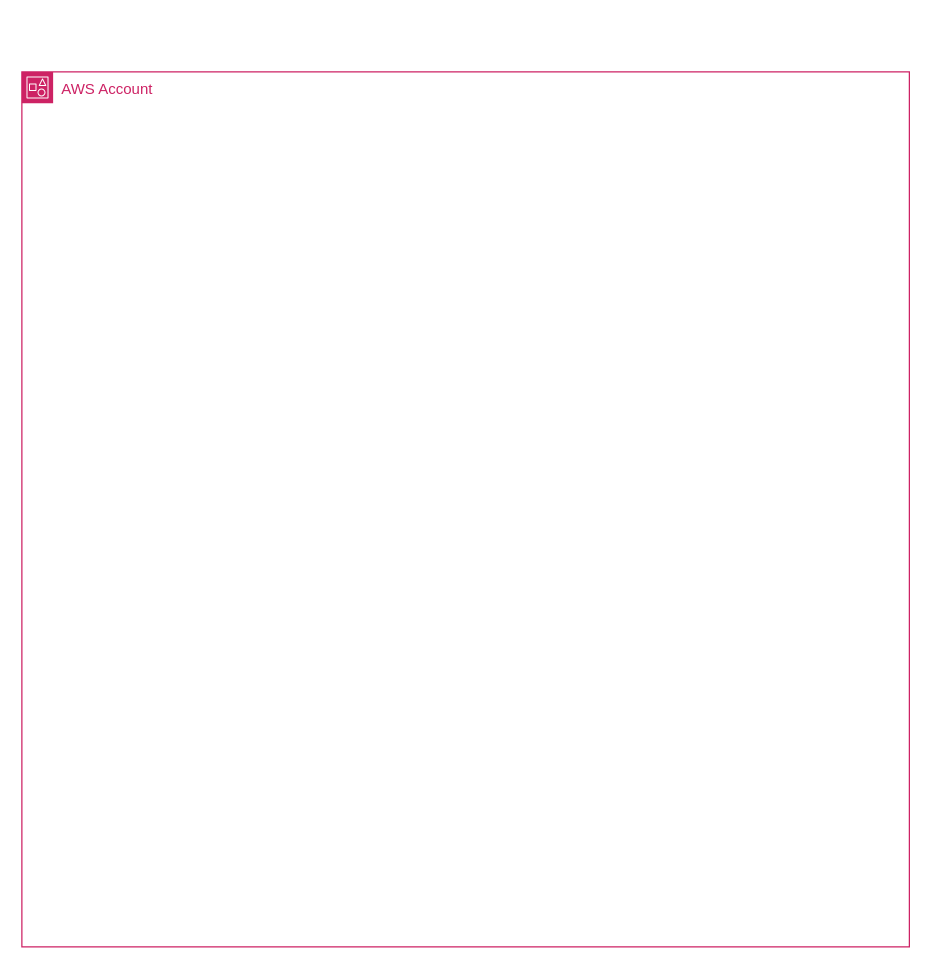
The draw.io diagram Untitled Diagram.drawio in smrutiranjan7674/aws-infra, before the edit. Source tidied: cells renumbered, new cells numbered last; positions are measured from the earlier drawing's top-left corner, leaving out a move shared by most shapes. Both pictures are drawn from the tidied source at 125%, with x=0, y=0 at pixel (21, 71).
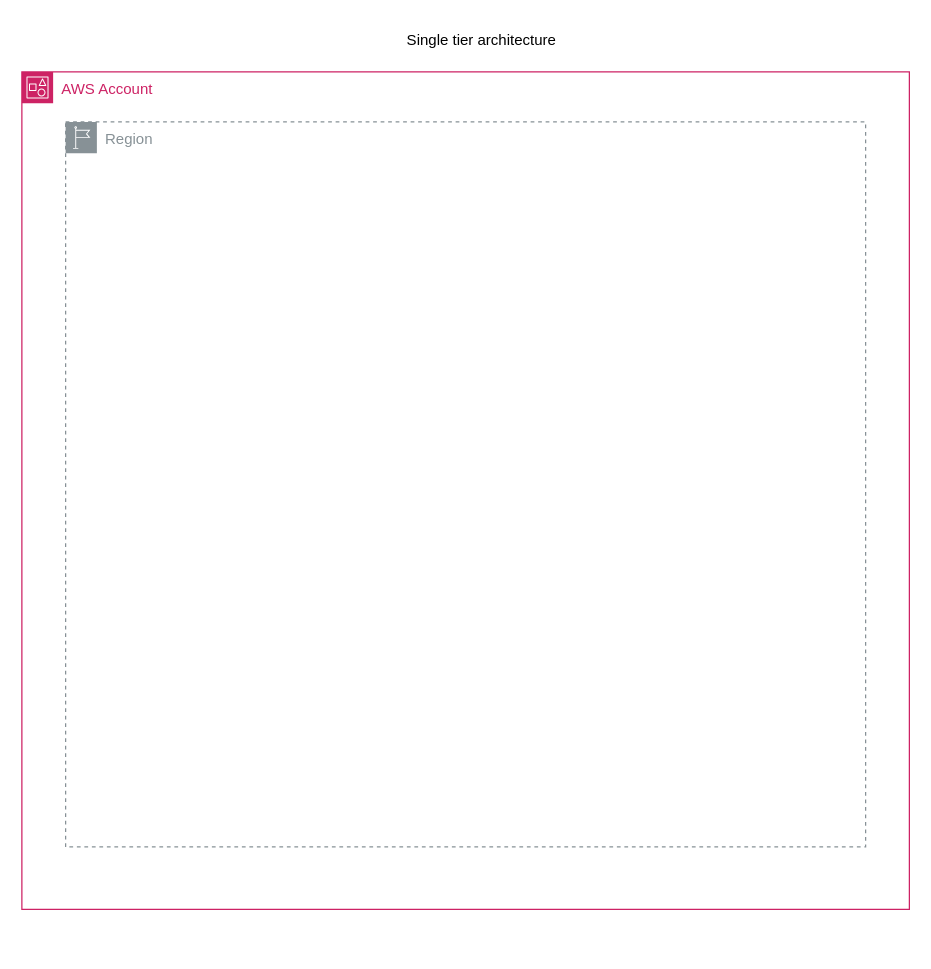
The same diagram, later.

What changed in the source:
```diff
@@
 <mxGraphModel>
   <root>
     <mxCell id="0" />
     <mxCell id="1" parent="0" />
     <mxCell id="2" value="AWS Account" style="gradientColor=none;html=1;whiteSpace=wrap;fontSize=12;fontStyle=0;shape=mxgraph.aws4.group;grIcon=mxgraph.aws4.group_account;strokeColor=#CD2264;fillColor=none;verticalAlign=top;align=left;spacingLeft=30;fontColor=#CD2264;dashed=0;" parent="1" vertex="1">
-      <mxGeometry width="710" height="700" as="geometry" />
+      <mxGeometry width="710" height="670" as="geometry" />
     </mxCell>
+    <mxCell id="3" value="Region" style="sketch=0;gradientColor=none;html=1;whiteSpace=wrap;fontSize=12;fontStyle=0;shape=mxgraph.aws4.group;grIcon=mxgraph.aws4.group_region;strokeColor=#879196;fillColor=none;verticalAlign=top;align=left;spacingLeft=30;fontColor=#879196;dashed=1;" parent="2" vertex="1">
+      <mxGeometry x="35" y="40" width="640" height="580" as="geometry" />
+    </mxCell>
+    <mxCell id="4" value="Single tier architecture" style="text;html=1;align=center;verticalAlign=middle;whiteSpace=wrap;rounded=0;" parent="1" vertex="1">
+      <mxGeometry x="280" y="-40" width="176" height="30" as="geometry" />
+    </mxCell>
   </root>
 </mxGraphModel>
```
